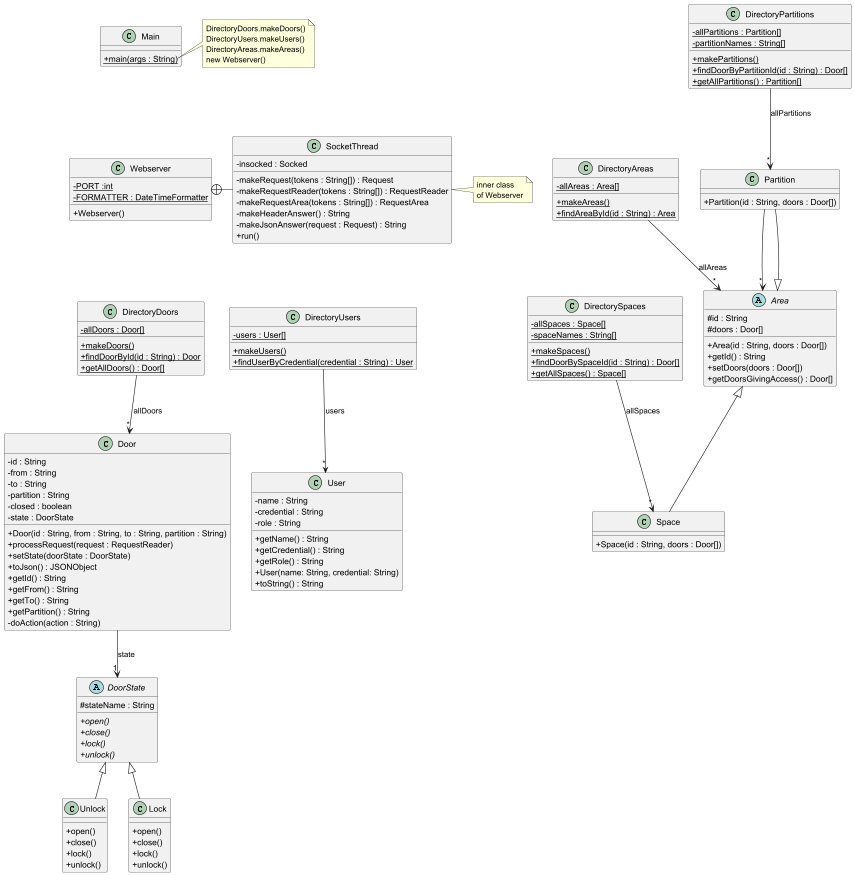
Before: src/baseNoStates/uml/base_no_states.png, a diagram exported from PlantUML (davidal15/Projecte-DS).
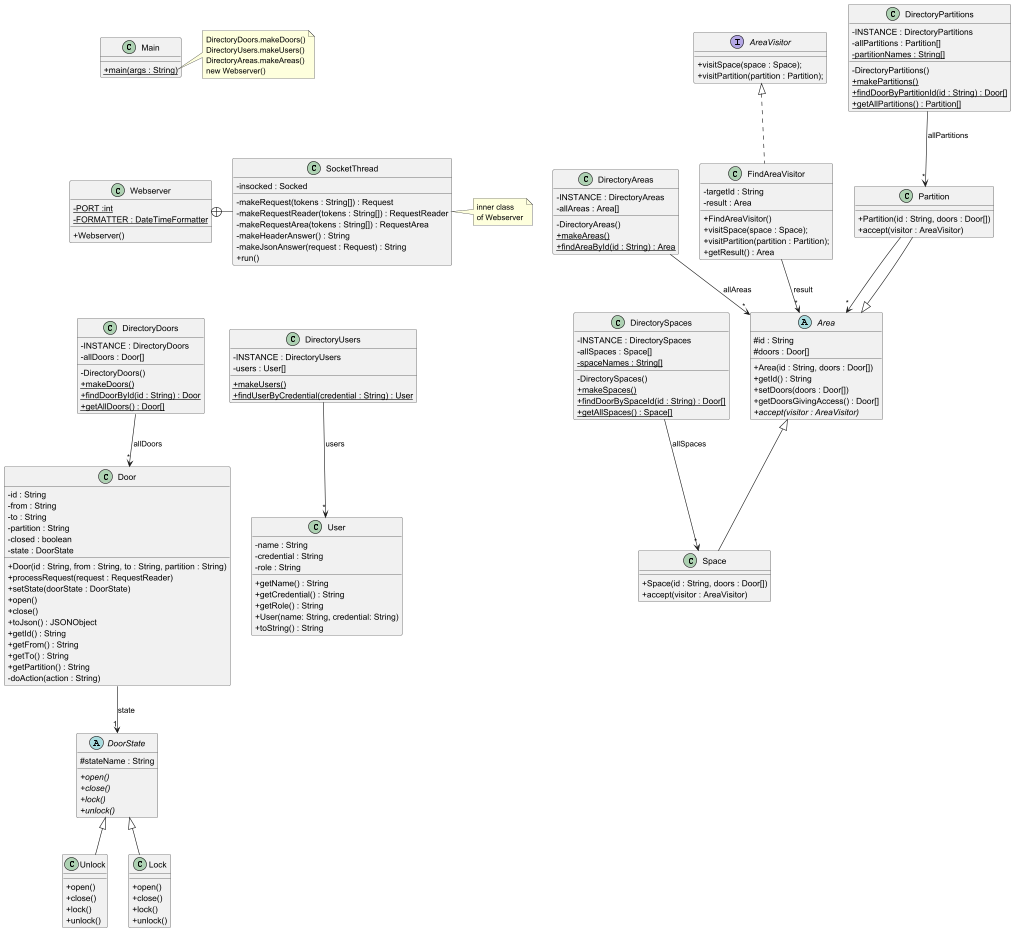
The same file after the commit.

Commit message:
2.6.2 patro visitor i refactoring

What changed in the source:
```diff
@@ -25,7 +25,9 @@
 end note
 
 class DirectoryDoors {
-- {static} allDoors : Door[]
+- INSTANCE : DirectoryDoors
+- allDoors : Door[]
+- DirectoryDoors()
 + {static} makeDoors()
 + {static} findDoorById(id : String) : Door
 + {static} getAllDoors() : Door[]
@@ -35,7 +37,8 @@
 Partition --> "*" Area
 
 class DirectoryUsers {
-- {static} users : User[]
+- INSTANCE : DirectoryUsers
+- users : User[]
 + {static} makeUsers()
 + {static} findUserByCredential(credential : String) : User
 }
@@ -43,8 +46,10 @@
 DirectoryUsers --> "*" User : "users"
 
 class DirectorySpaces {
--{static} allSpaces : Space[]
+- INSTANCE : DirectorySpaces
+- allSpaces : Space[]
 -{static} spaceNames : String[]
+- DirectorySpaces()
 +{static} makeSpaces()
 +{static} findDoorBySpaceId(id : String) : Door[]
 +{static} getAllSpaces() : Space[]
@@ -53,8 +58,10 @@
 DirectorySpaces --> "*" Space : "allSpaces"
 
 class DirectoryPartitions {
--{static} allPartitions : Partition[]
+- INSTANCE : DirectoryPartitions
+- allPartitions : Partition[]
 -{static} partitionNames : String[]
+- DirectoryPartitions()
 +{static} makePartitions()
 +{static} findDoorByPartitionId(id : String) : Door[]
 +{static} getAllPartitions() : Partition[]
@@ -63,7 +70,9 @@
 DirectoryPartitions --> "*" Partition : "allPartitions"
 
 class DirectoryAreas {
-- {static} allAreas : Area[]
+- INSTANCE : DirectoryAreas
+- allAreas : Area[]
+- DirectoryAreas()
 + {static} makeAreas()
 + {static} findAreaById(id : String) : Area
 
@@ -83,6 +92,8 @@
 + Door(id : String, from : String, to : String, partition : String)
 + processRequest(request : RequestReader)
 + setState(doorState : DoorState)
++ open()
++ close()
 + toJson() : JSONObject
 + getId() : String
 + getFrom() : String
@@ -128,10 +139,12 @@
 
 class Space extends Area{
 + Space(id : String, doors : Door[])
++ accept(visitor : AreaVisitor)
 }
 
 class Partition extends Area{
 + Partition(id : String, doors : Door[])
++ accept(visitor : AreaVisitor)
 }
 
 abstract class Area {
@@ -141,7 +154,24 @@
 + getId() : String
 + setDoors(doors : Door[])
 + getDoorsGivingAccess() : Door[]
++ {abstract} accept(visitor : AreaVisitor)
 }
+
+interface AreaVisitor {
++ visitSpace(space : Space);
++ visitPartition(partition : Partition);
+}
+
+class FindAreaVisitor implements AreaVisitor {
+- targetId : String
+- result : Area
++ FindAreaVisitor()
++ visitSpace(space : Space);
++ visitPartition(partition : Partition);
++ getResult() : Area
+}
+
+FindAreaVisitor --> "*" Area : result
 
 
 class Main {
```
